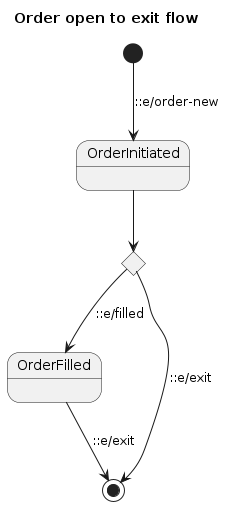
The PlantUML diagram images/order.png in favetelinguis/bfg-clj, before a commit. Source of this version:
```plantuml
@startuml
title Order open to exit flow

[*] --> OrderInitiated : ::e/order-new
state c <<choice>>
OrderInitiated --> c
c --> OrderFilled : ::e/filled
c --> [*] : ::e/exit
OrderFilled --> [*] : ::e/exit
@enduml
```
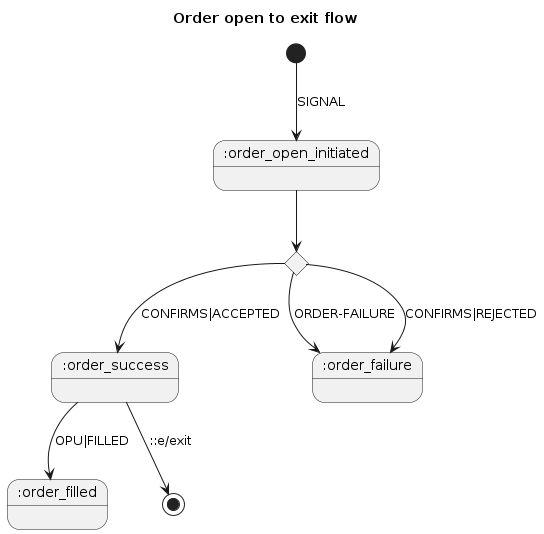
The same diagram one commit later.

Diff of the diagram source:
```diff
@@ -1,10 +1,12 @@
 @startuml
 title Order open to exit flow
 
-[*] --> OrderInitiated : ::e/order-new
+[*] --> :order_open_initiated : SIGNAL
 state c <<choice>>
-OrderInitiated --> c
-c --> OrderFilled : ::e/filled
-c --> [*] : ::e/exit
-OrderFilled --> [*] : ::e/exit
+:order_open_initiated --> c
+c --> :order_success : CONFIRMS|ACCEPTED
+c --> :order_failure : ORDER-FAILURE
+c --> :order_failure : CONFIRMS|REJECTED
+:order_success --> :order_filled : OPU|FILLED
+:order_success --> [*] : ::e/exit
 @enduml
```
